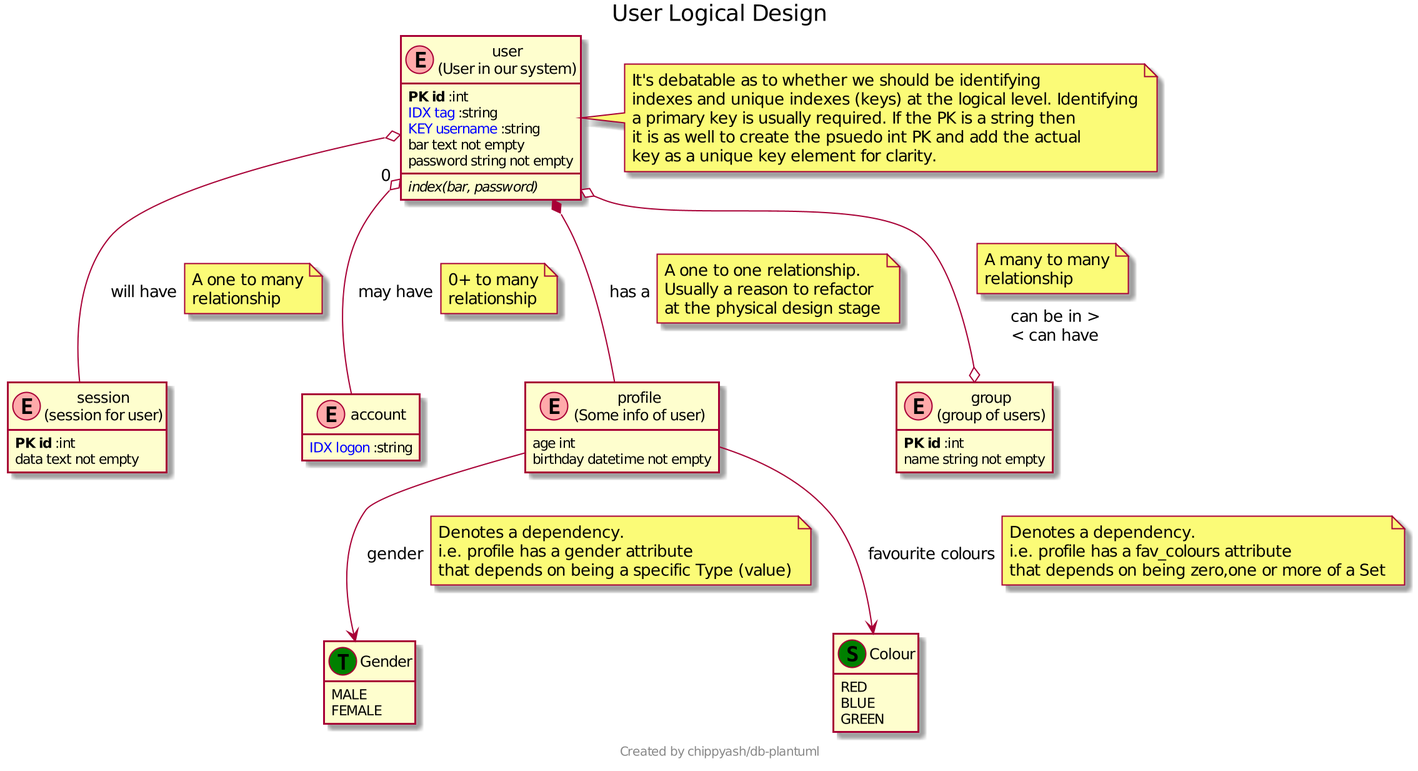
This is examples/User_Logical.png from chippyash/db-plantuml, a PlantUML export, as it was before one commit.
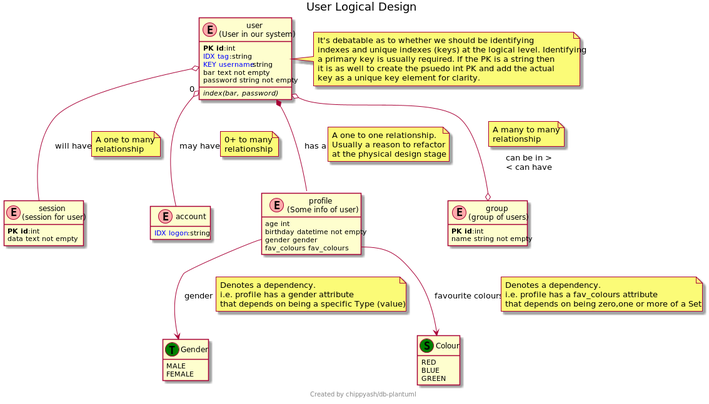
Above is the later version.

The edit, as a diff of the source:
```diff
@@ -80,7 +80,8 @@
 	MALE
 	FEMALE
 }
-	profile --> gender : gender
+    profile : gender gender
+	profile::gender --> gender : gender
 note right on link
 Denotes a dependency.
 i.e. profile has a gender attribute
@@ -92,7 +93,8 @@
 	BLUE
 	GREEN
 }
-	profile --> fav_colours : favourite colours
+    profile : fav_colours fav_colours
+	profile::fav_colours --> fav_colours : favourite colours
 note right on link
 Denotes a dependency.
 i.e. profile has a fav_colours attribute
```
